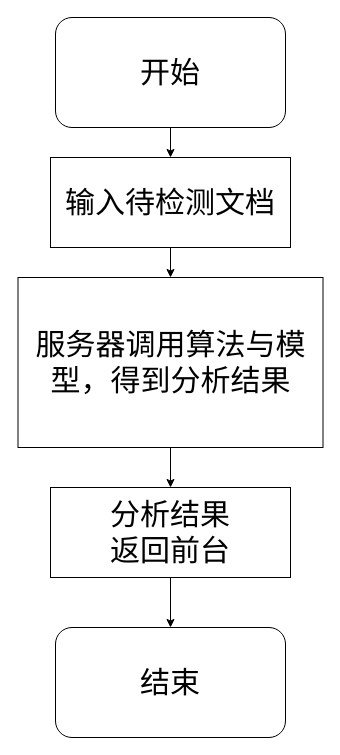
Earlier version of the draw.io diagram 系统结果.drawio (AddsionPaPa/NLP). Source tidied: cells renumbered, new cells numbered last; positions are measured from the earlier drawing's top-left corner, leaving out a move shared by most shapes. Both pictures are drawn from the tidied source at 100%, with x=0, y=0 at pixel (17, 17).
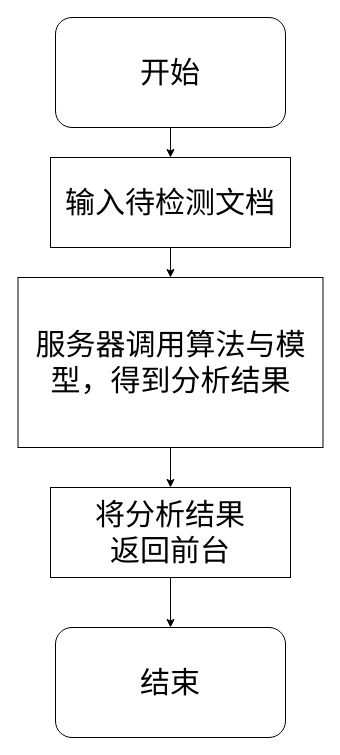
The same page after the edit.

What changed in the source:
```diff
@@
 <mxGraphModel>
   <root>
     <mxCell id="0" />
     <mxCell id="1" parent="0" />
     <mxCell id="2" value="&lt;font style=&quot;font-size: 30px&quot;&gt;开始&lt;/font&gt;" style="rounded=1;whiteSpace=wrap;html=1;" parent="1" vertex="1">
       <mxGeometry x="38" width="230" height="110" as="geometry" />
     </mxCell>
     <mxCell id="3" value="&lt;span style=&quot;font-size: 30px&quot;&gt;输入待检测文档&lt;/span&gt;" style="rounded=0;whiteSpace=wrap;html=1;" parent="1" vertex="1">
       <mxGeometry x="33" y="140" width="240" height="90" as="geometry" />
     </mxCell>
     <mxCell id="4" value="&lt;font style=&quot;font-size: 30px&quot;&gt;结束&lt;/font&gt;" style="rounded=1;whiteSpace=wrap;html=1;" parent="1" vertex="1">
       <mxGeometry x="38" y="610" width="230" height="110" as="geometry" />
     </mxCell>
     <mxCell id="5" style="endArrow=classic;html=1;exitX=0.5;exitY=1;exitDx=0;exitDy=0;" parent="1" edge="1" source="2" target="3">
       <mxGeometry relative="1" as="geometry" />
     </mxCell>
     <mxCell id="6" value="&lt;span style=&quot;font-size: 30px&quot;&gt;服务器调用算法与模型，得到分析结果&lt;/span&gt;" style="rounded=0;whiteSpace=wrap;html=1;" parent="1" vertex="1">
       <mxGeometry x="0.5" y="260" width="305" height="170" as="geometry" />
     </mxCell>
-    <mxCell id="7" value="&lt;span style=&quot;font-size: 30px&quot;&gt;分析结果&lt;br&gt;返回前台&lt;/span&gt;" style="rounded=0;whiteSpace=wrap;html=1;" parent="1" vertex="1">
+    <mxCell id="7" value="&lt;span style=&quot;font-size: 30px&quot;&gt;将分析结果&lt;br&gt;返回前台&lt;/span&gt;" style="rounded=0;whiteSpace=wrap;html=1;" parent="1" vertex="1">
       <mxGeometry x="33" y="470" width="240" height="90" as="geometry" />
     </mxCell>
     <mxCell id="8" style="endArrow=classic;html=1;entryX=0.5;entryY=0;entryDx=0;entryDy=0;exitX=0.5;exitY=1;exitDx=0;exitDy=0;" parent="1" edge="1" source="3" target="6">
       <mxGeometry relative="1" as="geometry" />
     </mxCell>
     <mxCell id="9" style="endArrow=classic;html=1;entryX=0.5;entryY=0;entryDx=0;entryDy=0;" parent="1" edge="1" source="6" target="7">
       <mxGeometry relative="1" as="geometry" />
     </mxCell>
     <mxCell id="10" style="endArrow=classic;html=1;exitX=0.5;exitY=1;exitDx=0;exitDy=0;entryX=0.5;entryY=0;entryDx=0;entryDy=0;" parent="1" edge="1" source="7" target="4">
       <mxGeometry relative="1" as="geometry" />
     </mxCell>
   </root>
 </mxGraphModel>
```
